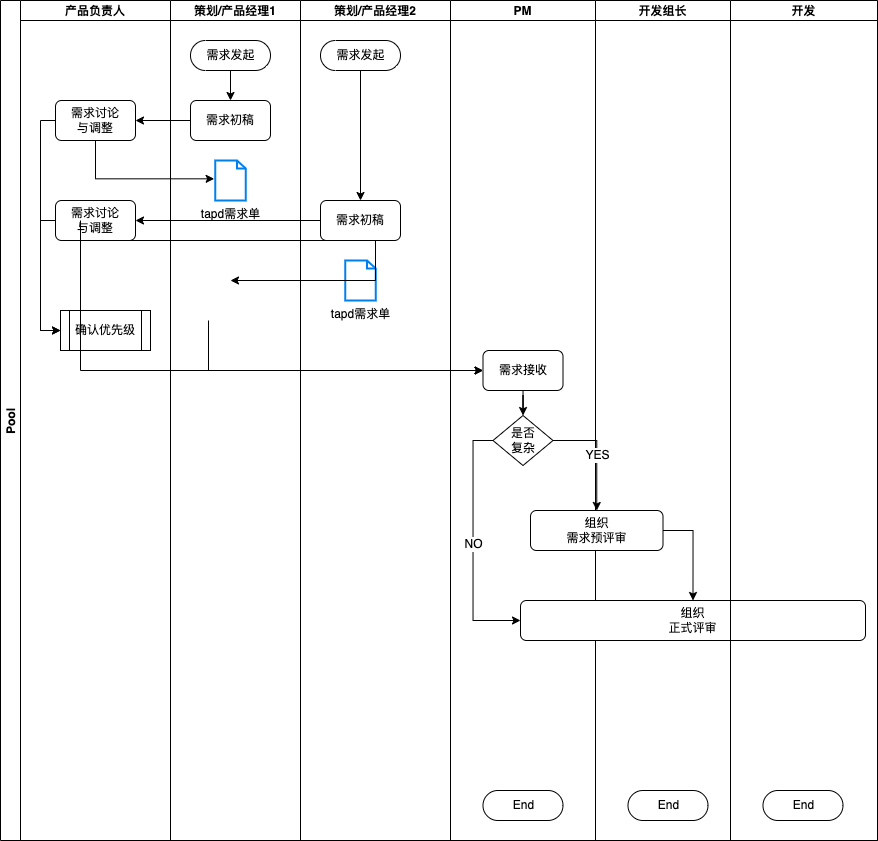
derek964/the-economist-ebooks keeps this draw.io diagram as Untitled Diagram.drawio.png. Above is the earlier version. Source tidied: cells renumbered, new cells last; positions are measured from the earlier drawing's top-left corner, leaving out a move shared by most shapes.
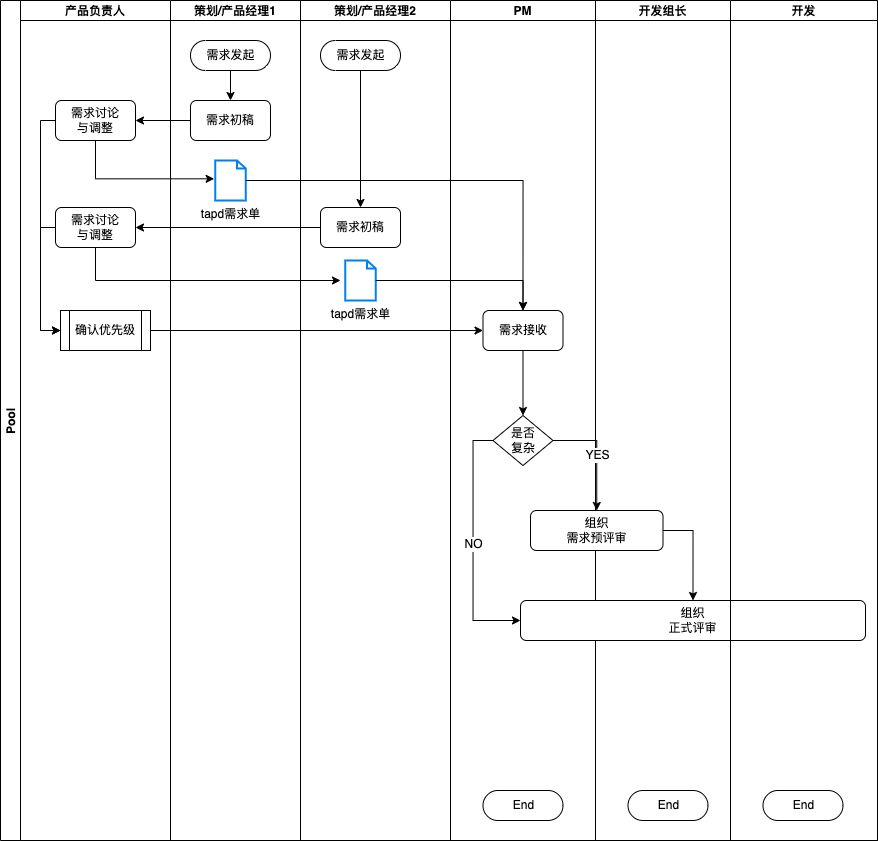
After the commit.

What changed in the source:
```diff
@@ -8,10 +8,10 @@
     <mxCell id="3" value="产品负责人" style="swimlane;startSize=20;" parent="2" vertex="1">
       <mxGeometry x="20" width="150" height="840" as="geometry" />
     </mxCell>
-    <mxCell id="4" style="edgeStyle=orthogonalEdgeStyle;rounded=0;jettySize=auto;html=1;exitX=1;exitY=0.5;exitDx=0;exitDy=0;entryX=0;entryY=0.5;entryDx=0;entryDy=0;" parent="3" edge="1" source="6" target="8">
+    <mxCell id="4" style="edgeStyle=orthogonalEdgeStyle;rounded=0;jettySize=auto;html=1;exitX=0;exitY=0.5;exitDx=0;exitDy=0;entryX=0;entryY=0.5;entryDx=0;entryDy=0;" parent="3" edge="1" source="6" target="8">
       <mxGeometry relative="1" as="geometry">
         <Array as="points">
-          <mxPoint x="20" y="220" />
+          <mxPoint x="20" y="227" />
           <mxPoint x="20" y="330" />
         </Array>
       </mxGeometry>
@@ -20,7 +20,7 @@
       <mxGeometry x="35" y="100" width="80" height="40" as="geometry" />
     </mxCell>
     <mxCell id="6" value="需求讨论&lt;br&gt;与调整" style="rounded=1;whiteSpace=wrap;html=1;" parent="3" vertex="1">
-      <mxGeometry x="35" y="200" width="80" height="40" as="geometry" />
+      <mxGeometry x="35" y="207" width="80" height="40" as="geometry" />
     </mxCell>
     <mxCell id="7" style="edgeStyle=orthogonalEdgeStyle;rounded=0;jettySize=auto;html=1;entryX=0;entryY=0.5;entryDx=0;entryDy=0;exitX=0;exitY=0.5;exitDx=0;exitDy=0;" parent="3" edge="1" source="5" target="8">
       <mxGeometry relative="1" as="geometry">
@@ -55,7 +55,7 @@
       <mxGeometry x="20" y="40" width="80" height="30" as="geometry" />
     </mxCell>
     <mxCell id="16" value="需求初稿" style="rounded=1;whiteSpace=wrap;html=1;" parent="14" vertex="1">
-      <mxGeometry x="20" y="200" width="80" height="40" as="geometry" />
+      <mxGeometry x="20" y="207" width="80" height="40" as="geometry" />
     </mxCell>
     <mxCell id="17" style="edgeStyle=orthogonalEdgeStyle;rounded=0;jettySize=auto;html=1;" parent="14" edge="1" source="15" target="16">
       <mxGeometry relative="1" as="geometry" />
@@ -76,7 +76,7 @@
       <mxGeometry relative="1" as="geometry" />
     </mxCell>
     <mxCell id="23" value="需求接收" style="rounded=1;whiteSpace=wrap;html=1;" parent="20" vertex="1">
-      <mxGeometry x="32.5" y="350" width="80" height="40" as="geometry" />
+      <mxGeometry x="32.5" y="310" width="80" height="40" as="geometry" />
     </mxCell>
     <mxCell id="24" value="是否&lt;br&gt;复杂" style="rhombus;whiteSpace=wrap;html=1;fillColor=#FFFFFF;" parent="20" vertex="1">
       <mxGeometry x="42.5" y="415" width="60" height="50" as="geometry" />
@@ -107,25 +107,16 @@
     </mxCell>
     <mxCell id="33" style="edgeStyle=orthogonalEdgeStyle;rounded=0;jettySize=auto;html=1;startArrow=none;exitX=0.5;exitY=1;exitDx=0;exitDy=0;" parent="2" edge="1" source="6">
       <mxGeometry relative="1" as="geometry">
-        <mxPoint x="230" y="280" as="targetPoint" />
+        <mxPoint x="340" y="280" as="targetPoint" />
         <Array as="points">
-          <mxPoint x="375" y="280" />
+          <mxPoint x="95" y="280" />
         </Array>
       </mxGeometry>
     </mxCell>
-    <mxCell id="34" style="edgeStyle=orthogonalEdgeStyle;rounded=0;jettySize=auto;html=1;entryX=0;entryY=0.5;entryDx=0;entryDy=0;" parent="2" edge="1" target="23">
-      <mxGeometry relative="1" as="geometry">
-        <mxPoint x="80" y="220" as="sourcePoint" />
-        <Array as="points">
-          <mxPoint x="80" y="370" />
-        </Array>
-      </mxGeometry>
-    </mxCell>
-    <mxCell id="35" style="edgeStyle=orthogonalEdgeStyle;rounded=0;jettySize=auto;html=1;entryX=0;entryY=0.5;entryDx=0;entryDy=0;" parent="2" edge="1" target="23">
+    <mxCell id="35" style="edgeStyle=orthogonalEdgeStyle;rounded=0;jettySize=auto;html=1;entryX=0;entryY=0.5;entryDx=0;entryDy=0;exitX=1;exitY=0.5;exitDx=0;exitDy=0;" parent="2" edge="1" source="8" target="23">
       <mxGeometry relative="1" as="geometry">
-        <mxPoint x="208" y="320" as="sourcePoint" />
         <Array as="points">
-          <mxPoint x="208" y="370" />
+          <mxPoint x="483" y="330" />
         </Array>
       </mxGeometry>
     </mxCell>
@@ -147,5 +138,11 @@
         </Array>
       </mxGeometry>
     </mxCell>
+    <mxCell id="40" style="edgeStyle=orthogonalEdgeStyle;rounded=0;jettySize=auto;html=1;entryX=0.5;entryY=0;entryDx=0;entryDy=0;" parent="2" edge="1" source="13" target="23">
+      <mxGeometry relative="1" as="geometry" />
+    </mxCell>
+    <mxCell id="41" style="edgeStyle=orthogonalEdgeStyle;rounded=0;jettySize=auto;html=1;entryX=0.5;entryY=0;entryDx=0;entryDy=0;" parent="2" edge="1" source="18" target="23">
+      <mxGeometry relative="1" as="geometry" />
+    </mxCell>
   </root>
 </mxGraphModel>
```
